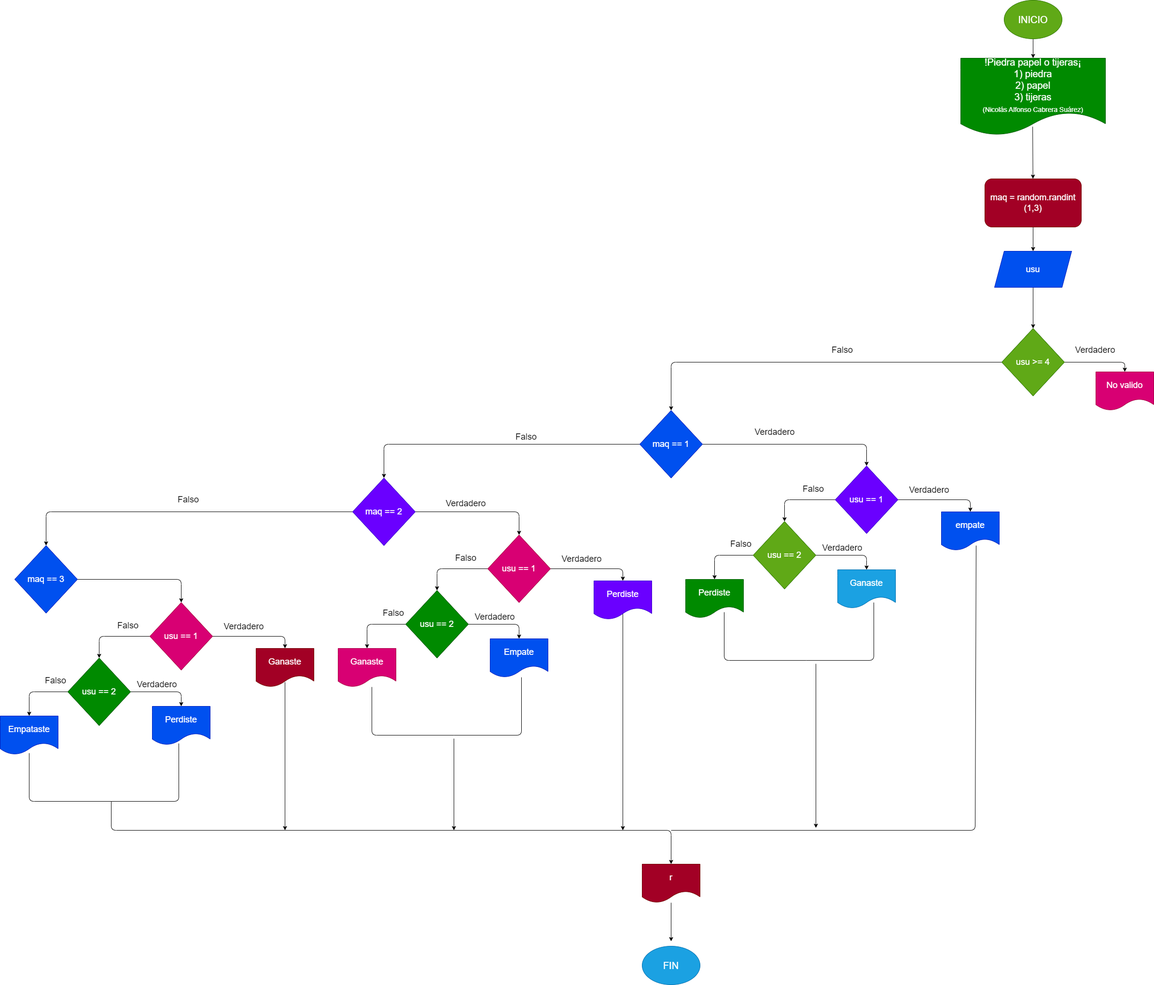
Nicolas942/Piedra_papel_tijeras keeps this draw.io diagram as Diagrama.png. Above is the earlier version. Source tidied: cells renumbered, new cells last; positions are measured from the earlier drawing's top-left corner, leaving out a move shared by most shapes.
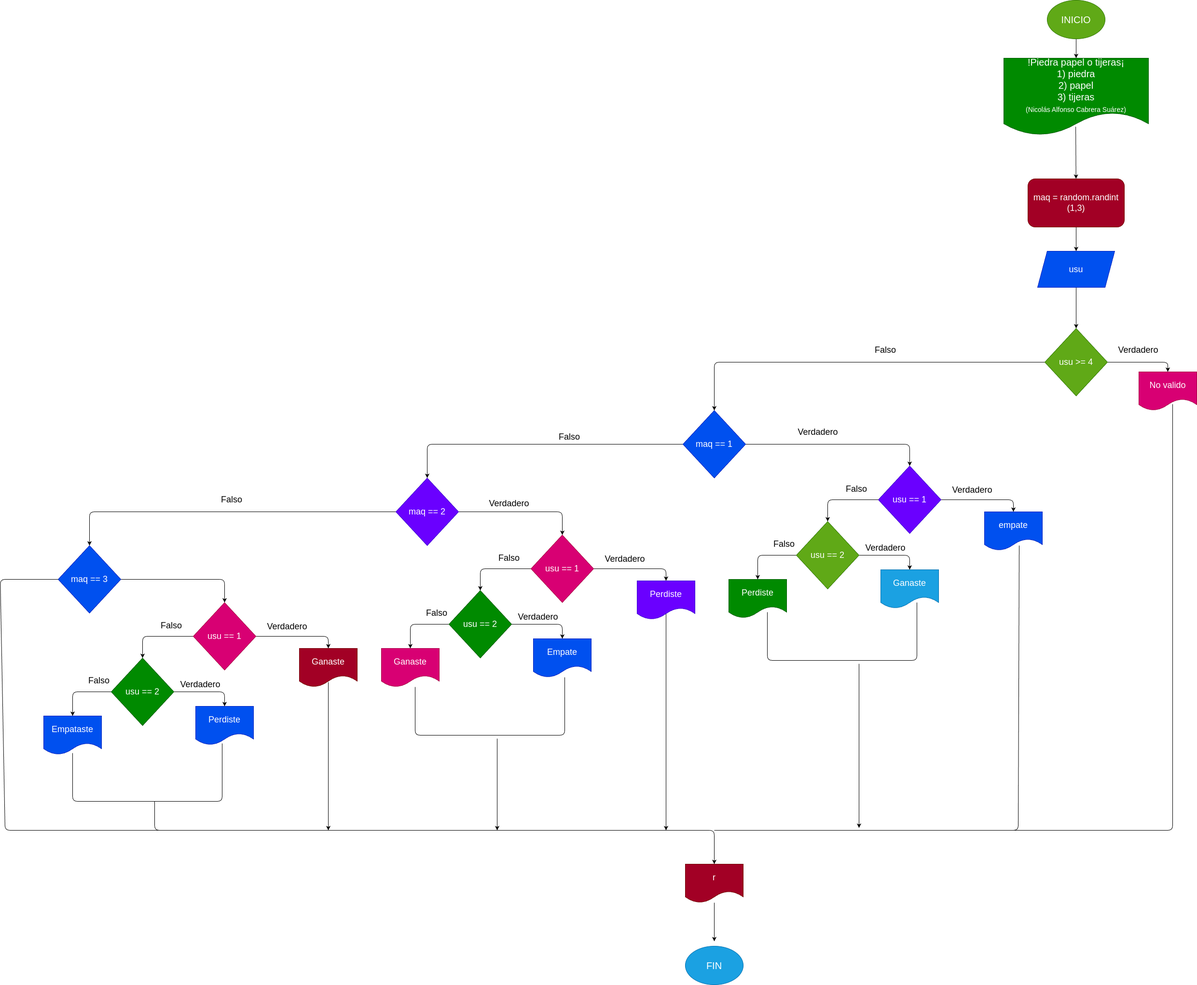
After the change.

What changed in the source:
```diff
@@ -377,5 +377,22 @@
         <mxPoint x="940" y="1720" as="targetPoint" />
       </mxGeometry>
     </mxCell>
+    <mxCell id="82" style="endArrow=none;html=1;exitX=0;exitY=0.5;exitDx=0;exitDy=0;" parent="1" edge="1" source="65">
+      <mxGeometry relative="1" as="geometry">
+        <mxPoint x="260" y="1720" as="targetPoint" />
+        <Array as="points">
+          <mxPoint x="-90" y="1200" />
+          <mxPoint x="-80" y="1720" />
+        </Array>
+      </mxGeometry>
+    </mxCell>
+    <mxCell id="83" style="endArrow=none;html=1;entryX=0.583;entryY=0.838;entryDx=0;entryDy=0;entryPerimeter=0;" parent="1" edge="1" target="47">
+      <mxGeometry relative="1" as="geometry">
+        <mxPoint x="2010" y="1720" as="sourcePoint" />
+        <Array as="points">
+          <mxPoint x="2340" y="1720" />
+        </Array>
+      </mxGeometry>
+    </mxCell>
   </root>
 </mxGraphModel>
```
